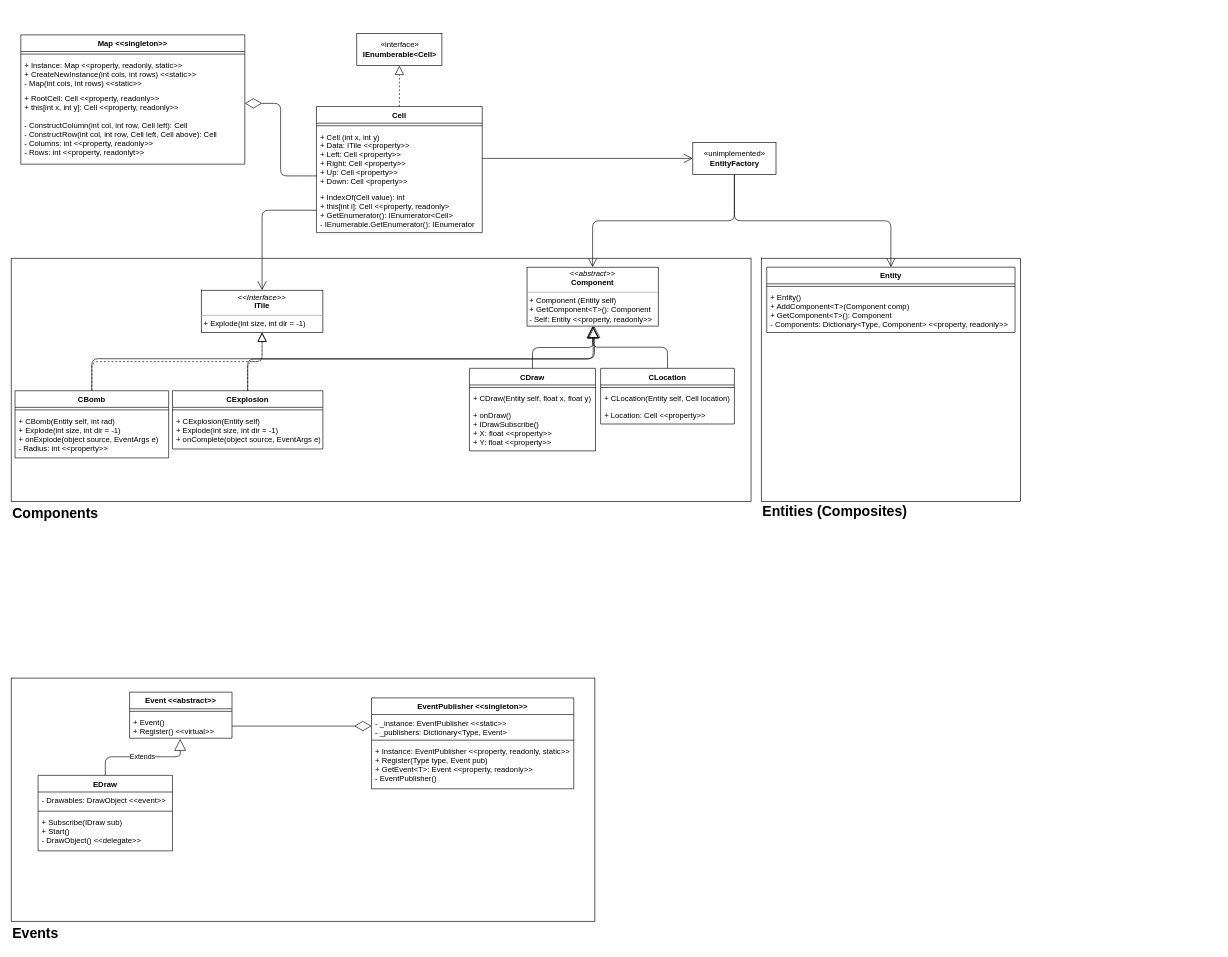
This is Documentation/BomberManUML.drawio from JoshuaWright42/bomberman, a draw.io file, before an edit. Source tidied: cells renumbered, new cells numbered last; positions are measured from the earlier drawing's top-left corner, leaving out a move shared by most shapes. Both pictures are drawn from the tidied source at 64%, with x=0, y=0 at pixel (11, 33).
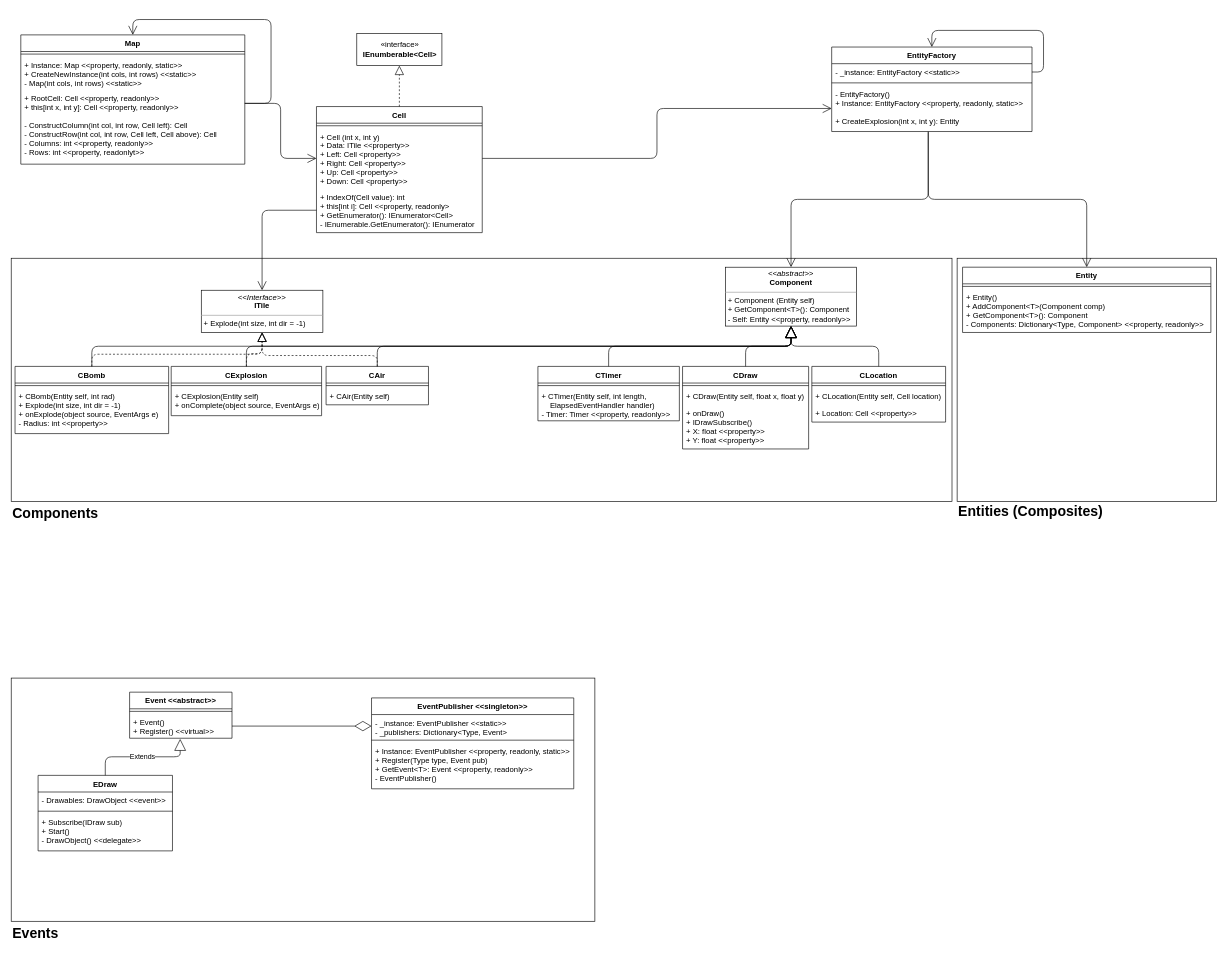
Above is the later version.

Commit message (it also covers changes not shown here):
Minor refactoring. Updated UML. Added Air Component.

The change refers to these unchanged cells:
```xml
<mxCell id="7" value="+ Cell (int x, int y)&#10;+ Data: ITile &lt;&lt;property&gt;&gt;&#10;+ Left: Cell &lt;property&gt;&gt;&#10;+ Right: Cell &lt;property&gt;&gt;&#10;+ Up: Cell &lt;property&gt;&gt;&#10;+ Down: Cell &lt;property&gt;&gt;" style="text;strokeColor=none;fillColor=none;align=left;verticalAlign=top;spacingLeft=4;spacingRight=4;overflow=hidden;points=[[0,0.5],[1,0.5]];portConstraint=eastwest;" parent="5" vertex="1">
  <mxGeometry y="34" width="259" height="94" as="geometry" />
</mxCell>
<mxCell id="12" value="+ RootCell: Cell &lt;&lt;property, readonly&gt;&gt;&#10;+ this[int x, int y]: Cell &lt;&lt;property, readonly&gt;&gt;" style="text;strokeColor=none;fillColor=none;align=left;verticalAlign=top;spacingLeft=4;spacingRight=4;overflow=hidden;points=[[0,0.5],[1,0.5]];portConstraint=eastwest;" parent="9" vertex="1">
  <mxGeometry y="86" width="350" height="42" as="geometry" />
</mxCell>
<mxCell id="23" value="&lt;p style=&quot;margin: 0px ; margin-top: 4px ; text-align: center&quot;&gt;&lt;i&gt;&amp;lt;&amp;lt;Interface&amp;gt;&amp;gt;&lt;/i&gt;&lt;br&gt;&lt;b&gt;ITile&lt;/b&gt;&lt;/p&gt;&lt;hr size=&quot;1&quot;&gt;&lt;p style=&quot;margin: 0px ; margin-left: 4px&quot;&gt;+ Explode(int size, int dir = -1)&lt;/p&gt;" style="verticalAlign=top;align=left;overflow=fill;fontSize=12;fontFamily=Helvetica;html=1;" parent="1" vertex="1">
  <mxGeometry x="297" y="401" width="190" height="66" as="geometry" />
</mxCell>
```

Change to the diagram source:
```diff
@@
     <mxCell id="3" style="rounded=0;whiteSpace=wrap;html=1;" parent="1" vertex="1">
-      <mxGeometry y="351" width="1156" height="380" as="geometry" />
+      <mxGeometry y="351" width="1470" height="380" as="geometry" />
     </mxCell>
     <mxCell id="4" style="rounded=0;whiteSpace=wrap;html=1;" parent="1" vertex="1">
-      <mxGeometry x="1172" y="351" width="405" height="380" as="geometry" />
+      <mxGeometry x="1478" y="351" width="405" height="380" as="geometry" />
     </mxCell>
@@
-    <mxCell id="9" value="Map &lt;&lt;singleton&gt;&gt;" style="swimlane;fontStyle=1;align=center;verticalAlign=top;horizontal=1;startSize=26;rounded=0;shadow=0;strokeWidth=1;" parent="1" vertex="1">
+    <mxCell id="9" value="Map" style="swimlane;fontStyle=1;align=center;verticalAlign=top;horizontal=1;startSize=26;rounded=0;shadow=0;strokeWidth=1;" parent="1" vertex="1">
       <mxGeometry x="15" y="2" width="350" height="202" as="geometry" />
     </mxCell>
@@
+    <mxCell id="63" style="endArrow=open;endFill=1;endSize=12;html=1;edgeStyle=orthogonalEdgeStyle;exitX=1;exitY=0.5;exitDx=0;exitDy=0;entryX=0.5;entryY=0;entryDx=0;entryDy=0;" parent="9" edge="1" source="12" target="9">
+      <mxGeometry relative="1" as="geometry">
+        <Array as="points">
+          <mxPoint x="391" y="107" />
+          <mxPoint x="391" y="-24" />
+          <mxPoint x="175" y="-24" />
+        </Array>
+      </mxGeometry>
+    </mxCell>
@@
-    <mxCell id="16" style="endArrow=diamondThin;endFill=0;endSize=24;html=1;entryX=1;entryY=0.5;entryDx=0;entryDy=0;exitX=0.001;exitY=0.791;exitDx=0;exitDy=0;edgeStyle=orthogonalEdgeStyle;exitPerimeter=0;" parent="1" edge="1" source="7" target="12">
-      <mxGeometry relative="1" as="geometry" />
-    </mxCell>
     <mxCell id="17" value="Entity" style="swimlane;fontStyle=1;align=center;verticalAlign=top;horizontal=1;startSize=26;" parent="1" vertex="1">
-      <mxGeometry x="1180.5" y="365" width="388" height="102" as="geometry" />
+      <mxGeometry x="1486.5" y="365" width="388" height="102" as="geometry" />
     </mxCell>
@@
     <mxCell id="20" value="&lt;p style=&quot;margin: 0px ; margin-top: 4px ; text-align: center&quot;&gt;&lt;i&gt;&amp;lt;&amp;lt;abstract&amp;gt;&amp;gt;&lt;/i&gt;&lt;br&gt;&lt;b&gt;Component&lt;/b&gt;&lt;/p&gt;&lt;hr size=&quot;1&quot;&gt;&lt;p style=&quot;margin: 0px ; margin-left: 4px&quot;&gt;+ Component (Entity self)&lt;/p&gt;&lt;p style=&quot;margin: 0px ; margin-left: 4px&quot;&gt;+ GetComponent&amp;lt;T&amp;gt;(): Component&lt;/p&gt;&lt;p style=&quot;margin: 0px ; margin-left: 4px&quot;&gt;- Self: Entity &amp;lt;&amp;lt;property, readonly&amp;gt;&amp;gt;&lt;/p&gt;" style="verticalAlign=top;align=left;overflow=fill;fontSize=12;fontFamily=Helvetica;html=1;" parent="1" vertex="1">
-      <mxGeometry x="806" y="365" width="205" height="92" as="geometry" />
+      <mxGeometry x="1116" y="365" width="205" height="92" as="geometry" />
     </mxCell>
@@
     <mxCell id="22" value="&lt;b&gt;&lt;font style=&quot;font-size: 22px&quot;&gt;Entities (Composites)&lt;/font&gt;&lt;/b&gt;" style="text;html=1;strokeColor=none;fillColor=none;align=left;verticalAlign=middle;whiteSpace=wrap;rounded=0;" parent="1" vertex="1">
-      <mxGeometry x="1172" y="729" width="260" height="38" as="geometry" />
+      <mxGeometry x="1478" y="729" width="260" height="38" as="geometry" />
     </mxCell>
@@
     <mxCell id="25" value="CDraw" style="swimlane;fontStyle=1;align=center;verticalAlign=top;horizontal=1;startSize=26;" parent="1" vertex="1">
-      <mxGeometry x="716" y="523" width="197" height="129" as="geometry" />
+      <mxGeometry x="1049" y="520" width="197" height="129" as="geometry" />
     </mxCell>
@@
-    <mxCell id="38" style="endArrow=open;endFill=1;endSize=12;html=1;strokeWidth=1;exitX=0.5;exitY=1;exitDx=0;exitDy=0;edgeStyle=orthogonalEdgeStyle;entryX=0.5;entryY=0;entryDx=0;entryDy=0;" parent="1" edge="1" source="41" target="20">
+    <mxCell id="38" style="endArrow=open;endFill=1;endSize=12;html=1;strokeWidth=1;exitX=0.482;exitY=1.014;exitDx=0;exitDy=0;edgeStyle=orthogonalEdgeStyle;entryX=0.5;entryY=0;entryDx=0;entryDy=0;exitPerimeter=0;" parent="1" edge="1" source="75" target="20">
       <mxGeometry relative="1" as="geometry" />
     </mxCell>
-    <mxCell id="39" style="endArrow=open;endFill=1;endSize=12;html=1;strokeWidth=1;edgeStyle=orthogonalEdgeStyle;entryX=0.5;entryY=0;entryDx=0;entryDy=0;exitX=0.5;exitY=1;exitDx=0;exitDy=0;" parent="1" edge="1" source="41" target="17">
+    <mxCell id="39" style="endArrow=open;endFill=1;endSize=12;html=1;strokeWidth=1;edgeStyle=orthogonalEdgeStyle;entryX=0.5;entryY=0;entryDx=0;entryDy=0;exitX=0.482;exitY=1;exitDx=0;exitDy=0;exitPerimeter=0;" parent="1" edge="1" source="75" target="17">
       <mxGeometry relative="1" as="geometry" />
     </mxCell>
-    <mxCell id="40" style="endArrow=open;endFill=1;endSize=12;html=1;strokeWidth=1;edgeStyle=orthogonalEdgeStyle;entryX=0;entryY=0.5;entryDx=0;entryDy=0;exitX=1;exitY=0.5;exitDx=0;exitDy=0;" parent="1" edge="1" source="7" target="41">
+    <mxCell id="40" style="endArrow=open;endFill=1;endSize=12;html=1;strokeWidth=1;edgeStyle=orthogonalEdgeStyle;entryX=0;entryY=0.5;entryDx=0;entryDy=0;exitX=1;exitY=0.5;exitDx=0;exitDy=0;" parent="1" edge="1" source="7" target="75">
       <mxGeometry relative="1" as="geometry" />
     </mxCell>
-    <mxCell id="41" value="«unimplemented»&lt;br&gt;&lt;b&gt;EntityFactory&lt;/b&gt;" style="html=1;" parent="1" vertex="1">
-      <mxGeometry x="1065" y="170" width="130" height="50" as="geometry" />
-    </mxCell>
@@
     <mxCell id="47" value="CBomb" style="swimlane;fontStyle=1;align=center;verticalAlign=top;horizontal=1;startSize=26;" parent="1" vertex="1">
-      <mxGeometry x="6" y="558" width="240" height="105" as="geometry" />
+      <mxGeometry x="6" y="520" width="240" height="105" as="geometry" />
     </mxCell>
@@
     <mxCell id="50" value="CLocation" style="swimlane;fontStyle=1;align=center;verticalAlign=top;horizontal=1;startSize=26;" parent="1" vertex="1">
-      <mxGeometry x="921" y="523" width="209" height="87" as="geometry" />
+      <mxGeometry x="1251" y="520" width="209" height="87" as="geometry" />
     </mxCell>
@@
     <mxCell id="54" value="CExplosion" style="swimlane;fontStyle=1;align=center;verticalAlign=top;horizontal=1;startSize=26;" parent="1" vertex="1">
-      <mxGeometry x="252" y="558" width="235" height="91" as="geometry" />
+      <mxGeometry x="250" y="520" width="235" height="77" as="geometry" />
     </mxCell>
@@
-    <mxCell id="56" value="+ CExplosion(Entity self)&#10;+ Explode(int size, int dir = -1)&#10;+ onComplete(object source, EventArgs e)" style="text;strokeColor=none;fillColor=none;align=left;verticalAlign=top;spacingLeft=4;spacingRight=4;overflow=hidden;" parent="54" vertex="1">
-      <mxGeometry y="34" width="235" height="57" as="geometry" />
+    <mxCell id="56" value="+ CExplosion(Entity self)&#10;+ onComplete(object source, EventArgs e)" style="text;strokeColor=none;fillColor=none;align=left;verticalAlign=top;spacingLeft=4;spacingRight=4;overflow=hidden;" parent="54" vertex="1">
+      <mxGeometry y="34" width="235" height="43" as="geometry" />
     </mxCell>
+    <mxCell id="64" value="CTimer" style="swimlane;fontStyle=1;align=center;verticalAlign=top;horizontal=1;startSize=26;" parent="1" vertex="1">
+      <mxGeometry x="823" y="520" width="221" height="85" as="geometry" />
+    </mxCell>
+    <mxCell id="65" style="line;strokeWidth=1;fillColor=none;align=left;verticalAlign=middle;spacingTop=-1;spacingLeft=3;spacingRight=3;labelPosition=right;" parent="64" vertex="1">
+      <mxGeometry y="26" width="221" height="8" as="geometry" />
+    </mxCell>
+    <mxCell id="66" value="+ CTimer(Entity self, int length,&#10;    ElapsedEventHandler handler)&#10;- Timer: Timer &lt;&lt;property, readonly&gt;&gt;" style="text;strokeColor=none;fillColor=none;align=left;verticalAlign=top;spacingLeft=4;spacingRight=4;overflow=hidden;" parent="64" vertex="1">
+      <mxGeometry y="34" width="221" height="51" as="geometry" />
+    </mxCell>
-    <mxCell id="57" style="endArrow=block;endSize=16;endFill=0;html=1;exitX=0.5;exitY=0;exitDx=0;exitDy=0;entryX=0.5;entryY=1;entryDx=0;entryDy=0;edgeStyle=orthogonalEdgeStyle;" parent="1" edge="1" source="50" target="20">
+    <mxCell id="57" style="endArrow=block;endSize=16;endFill=0;html=1;edgeStyle=orthogonalEdgeStyle;exitX=0.5;exitY=0;exitDx=0;exitDy=0;entryX=0.5;entryY=1;entryDx=0;entryDy=0;" parent="1" edge="1" source="50" target="20">
       <mxGeometry relative="1" as="geometry" />
     </mxCell>
-    <mxCell id="58" style="endArrow=block;endSize=16;endFill=0;html=1;exitX=0.5;exitY=0;exitDx=0;exitDy=0;edgeStyle=orthogonalEdgeStyle;" parent="1" edge="1" source="25">
-      <mxGeometry relative="1" as="geometry">
-        <mxPoint x="909" y="457" as="targetPoint" />
-      </mxGeometry>
-    </mxCell>
-    <mxCell id="59" style="endArrow=block;endSize=16;endFill=0;html=1;exitX=0.5;exitY=0;exitDx=0;exitDy=0;edgeStyle=orthogonalEdgeStyle;" parent="1" edge="1" source="54">
-      <mxGeometry relative="1" as="geometry">
-        <mxPoint x="909" y="458" as="targetPoint" />
-      </mxGeometry>
-    </mxCell>
-    <mxCell id="60" style="endArrow=block;endSize=16;endFill=0;html=1;exitX=0.5;exitY=0;exitDx=0;exitDy=0;edgeStyle=orthogonalEdgeStyle;" parent="1" edge="1" source="47">
-      <mxGeometry relative="1" as="geometry">
-        <mxPoint x="911" y="457" as="targetPoint" />
-      </mxGeometry>
-    </mxCell>
+    <mxCell id="67" style="endArrow=block;endSize=16;endFill=0;html=1;edgeStyle=orthogonalEdgeStyle;exitX=0.5;exitY=0;exitDx=0;exitDy=0;entryX=0.5;entryY=1;entryDx=0;entryDy=0;" parent="1" edge="1" source="25" target="20">
+      <mxGeometry relative="1" as="geometry" />
+    </mxCell>
+    <mxCell id="68" style="endArrow=block;endSize=16;endFill=0;html=1;edgeStyle=orthogonalEdgeStyle;exitX=0.5;exitY=0;exitDx=0;exitDy=0;entryX=0.5;entryY=1;entryDx=0;entryDy=0;" parent="1" edge="1" source="64" target="20">
+      <mxGeometry relative="1" as="geometry" />
+    </mxCell>
+    <mxCell id="69" style="endArrow=block;endSize=16;endFill=0;html=1;edgeStyle=orthogonalEdgeStyle;exitX=0.5;exitY=0;exitDx=0;exitDy=0;entryX=0.5;entryY=1;entryDx=0;entryDy=0;elbow=vertical;" parent="1" edge="1" source="54" target="20">
+      <mxGeometry relative="1" as="geometry" />
+    </mxCell>
+    <mxCell id="70" style="endArrow=block;endSize=16;endFill=0;html=1;edgeStyle=orthogonalEdgeStyle;exitX=0.5;exitY=0;exitDx=0;exitDy=0;entryX=0.5;entryY=1;entryDx=0;entryDy=0;" parent="1" edge="1" source="47" target="20">
+      <mxGeometry relative="1" as="geometry" />
+    </mxCell>
+    <mxCell id="62" style="endArrow=block;dashed=1;endFill=0;endSize=12;html=1;exitX=0.5;exitY=0;exitDx=0;exitDy=0;edgeStyle=orthogonalEdgeStyle;entryX=0.5;entryY=1;entryDx=0;entryDy=0;" parent="1" edge="1" source="47" target="23">
+      <mxGeometry relative="1" as="geometry">
+        <Array as="points">
+          <mxPoint x="126" y="501" />
+          <mxPoint x="392" y="501" />
+        </Array>
+      </mxGeometry>
+    </mxCell>
-    <mxCell id="61" style="endArrow=block;dashed=1;endFill=0;endSize=12;html=1;edgeStyle=orthogonalEdgeStyle;entryX=0.5;entryY=1;entryDx=0;entryDy=0;exitX=0.5;exitY=0;exitDx=0;exitDy=0;" parent="1" edge="1" source="54" target="23">
-      <mxGeometry relative="1" as="geometry" />
+    <mxCell id="61" style="endArrow=block;dashed=1;endFill=0;endSize=12;html=1;edgeStyle=orthogonalEdgeStyle;exitX=0.5;exitY=0;exitDx=0;exitDy=0;entryX=0.5;entryY=1;entryDx=0;entryDy=0;" parent="1" edge="1" source="54" target="23">
+      <mxGeometry relative="1" as="geometry">
+        <Array as="points">
+          <mxPoint x="368" y="500" />
+          <mxPoint x="392" y="500" />
+        </Array>
+      </mxGeometry>
     </mxCell>
-    <mxCell id="62" style="endArrow=block;dashed=1;endFill=0;endSize=12;html=1;edgeStyle=orthogonalEdgeStyle;exitX=0.5;exitY=0;exitDx=0;exitDy=0;entryX=0.5;entryY=1;entryDx=0;entryDy=0;" parent="1" edge="1" source="47" target="23">
-      <mxGeometry relative="1" as="geometry" />
-    </mxCell>
+    <mxCell id="71" value="EntityFactory" style="swimlane;fontStyle=1;align=center;verticalAlign=top;horizontal=1;startSize=26;" parent="1" vertex="1">
+      <mxGeometry x="1282" y="21" width="313" height="132" as="geometry" />
+    </mxCell>
+    <mxCell id="72" value="- _instance: EntityFactory &lt;&lt;static&gt;&gt;" style="text;strokeColor=none;fillColor=none;align=left;verticalAlign=top;spacingLeft=4;spacingRight=4;overflow=hidden;points=[[0,0.5],[1,0.5]];portConstraint=eastwest;" parent="71" vertex="1">
+      <mxGeometry y="26" width="313" height="26" as="geometry" />
+    </mxCell>
+    <mxCell id="73" style="line;strokeWidth=1;fillColor=none;align=left;verticalAlign=middle;spacingTop=-1;spacingLeft=3;spacingRight=3;labelPosition=right;" parent="71" vertex="1">
+      <mxGeometry y="52" width="313" height="8" as="geometry" />
+    </mxCell>
+    <mxCell id="74" style="endArrow=open;endFill=1;endSize=12;html=1;edgeStyle=orthogonalEdgeStyle;exitX=1;exitY=0.5;exitDx=0;exitDy=0;entryX=0.5;entryY=0;entryDx=0;entryDy=0;" parent="71" edge="1" source="72" target="71">
+      <mxGeometry relative="1" as="geometry">
+        <Array as="points">
+          <mxPoint x="331" y="39" />
+          <mxPoint x="331" y="-26" />
+          <mxPoint x="157" y="-26" />
+        </Array>
+      </mxGeometry>
+    </mxCell>
+    <mxCell id="75" value="- EntityFactory()&#10;+ Instance: EntityFactory &lt;&lt;property, readonly, static&gt;&gt;&#10;&#10;+ CreateExplosion(int x, int y): Entity" style="text;strokeColor=none;fillColor=none;align=left;verticalAlign=top;spacingLeft=4;spacingRight=4;overflow=hidden;points=[[0,0.5],[1,0.5]];portConstraint=eastwest;" parent="71" vertex="1">
+      <mxGeometry y="60" width="313" height="72" as="geometry" />
+    </mxCell>
+    <mxCell id="76" style="endArrow=open;endFill=1;endSize=12;html=1;edgeStyle=orthogonalEdgeStyle;entryX=0;entryY=0.5;entryDx=0;entryDy=0;exitX=1;exitY=0.5;exitDx=0;exitDy=0;" parent="1" edge="1" source="12" target="7">
+      <mxGeometry relative="1" as="geometry" />
+    </mxCell>
+    <mxCell id="77" value="CAir" style="swimlane;fontStyle=1;align=center;verticalAlign=top;horizontal=1;startSize=26;" parent="1" vertex="1">
+      <mxGeometry x="492" y="520" width="160" height="60" as="geometry" />
+    </mxCell>
+    <mxCell id="78" style="line;strokeWidth=1;fillColor=none;align=left;verticalAlign=middle;spacingTop=-1;spacingLeft=3;spacingRight=3;labelPosition=right;" parent="77" vertex="1">
+      <mxGeometry y="26" width="160" height="8" as="geometry" />
+    </mxCell>
+    <mxCell id="79" value="+ CAir(Entity self)" style="text;strokeColor=none;fillColor=none;align=left;verticalAlign=top;spacingLeft=4;spacingRight=4;overflow=hidden;" parent="77" vertex="1">
+      <mxGeometry y="34" width="160" height="26" as="geometry" />
+    </mxCell>
+    <mxCell id="80" style="endArrow=block;endSize=16;endFill=0;html=1;edgeStyle=orthogonalEdgeStyle;entryX=0.5;entryY=1;entryDx=0;entryDy=0;exitX=0.5;exitY=0;exitDx=0;exitDy=0;" parent="1" edge="1" source="77" target="20">
+      <mxGeometry relative="1" as="geometry" />
+    </mxCell>
+    <mxCell id="81" style="endArrow=block;dashed=1;endFill=0;endSize=12;html=1;edgeStyle=orthogonalEdgeStyle;exitX=0.5;exitY=0;exitDx=0;exitDy=0;entryX=0.5;entryY=1;entryDx=0;entryDy=0;" parent="1" edge="1" source="77" target="23">
+      <mxGeometry relative="1" as="geometry">
+        <Array as="points">
+          <mxPoint x="572" y="503" />
+          <mxPoint x="392" y="503" />
+        </Array>
+      </mxGeometry>
+    </mxCell>
```
